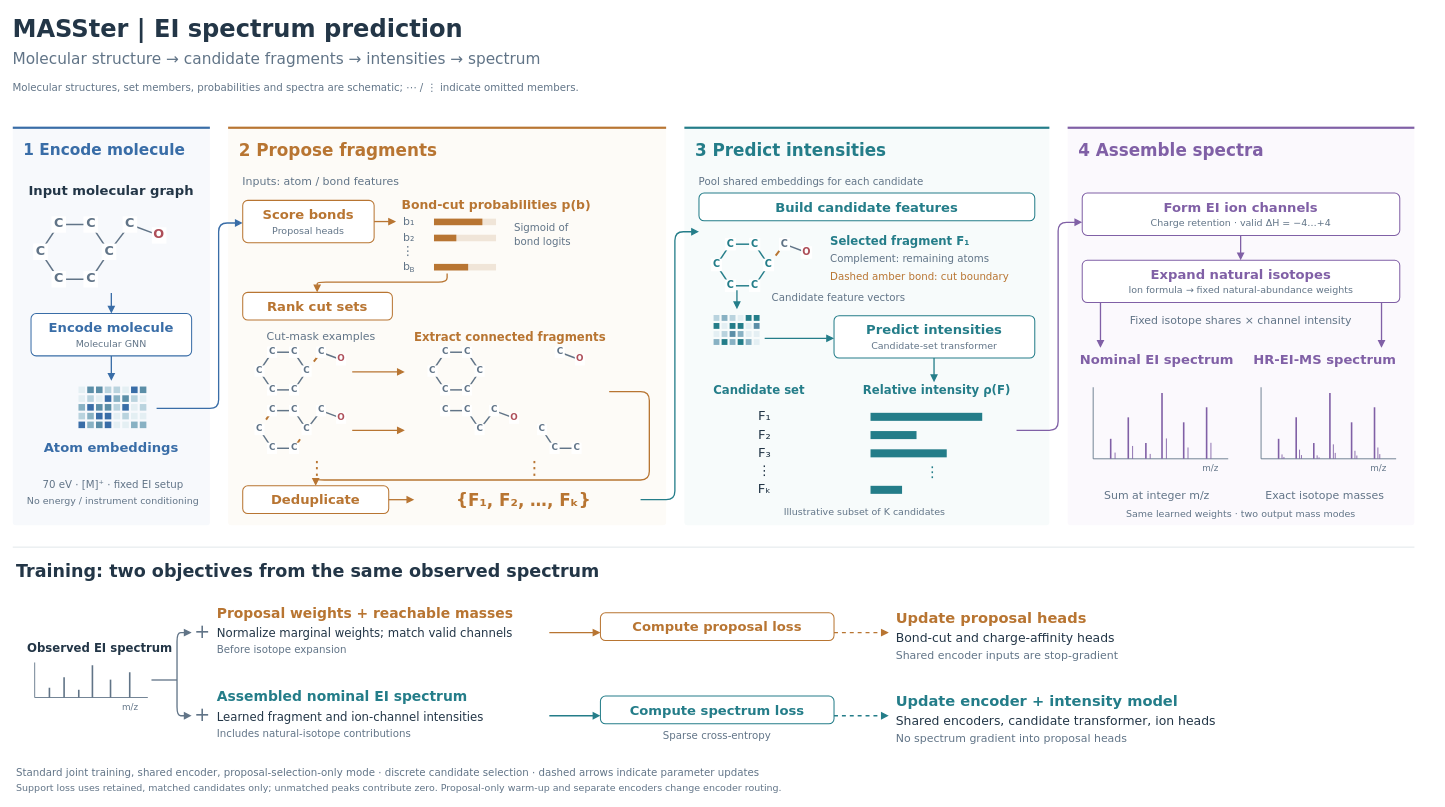
LZhang98/fragnnet keeps this draw.io diagram as page "EI-MASSter architecture" (3 of 6) of docs/figures/masster_figures.drawio. Above is the earlier version. Source tidied: cells renumbered, new cells numbered last; positions are measured from the earlier drawing's top-left corner, leaving out a move shared by most shapes. Both pictures are drawn from the tidied source at 73%, with x=0, y=0 at pixel (12, 12).
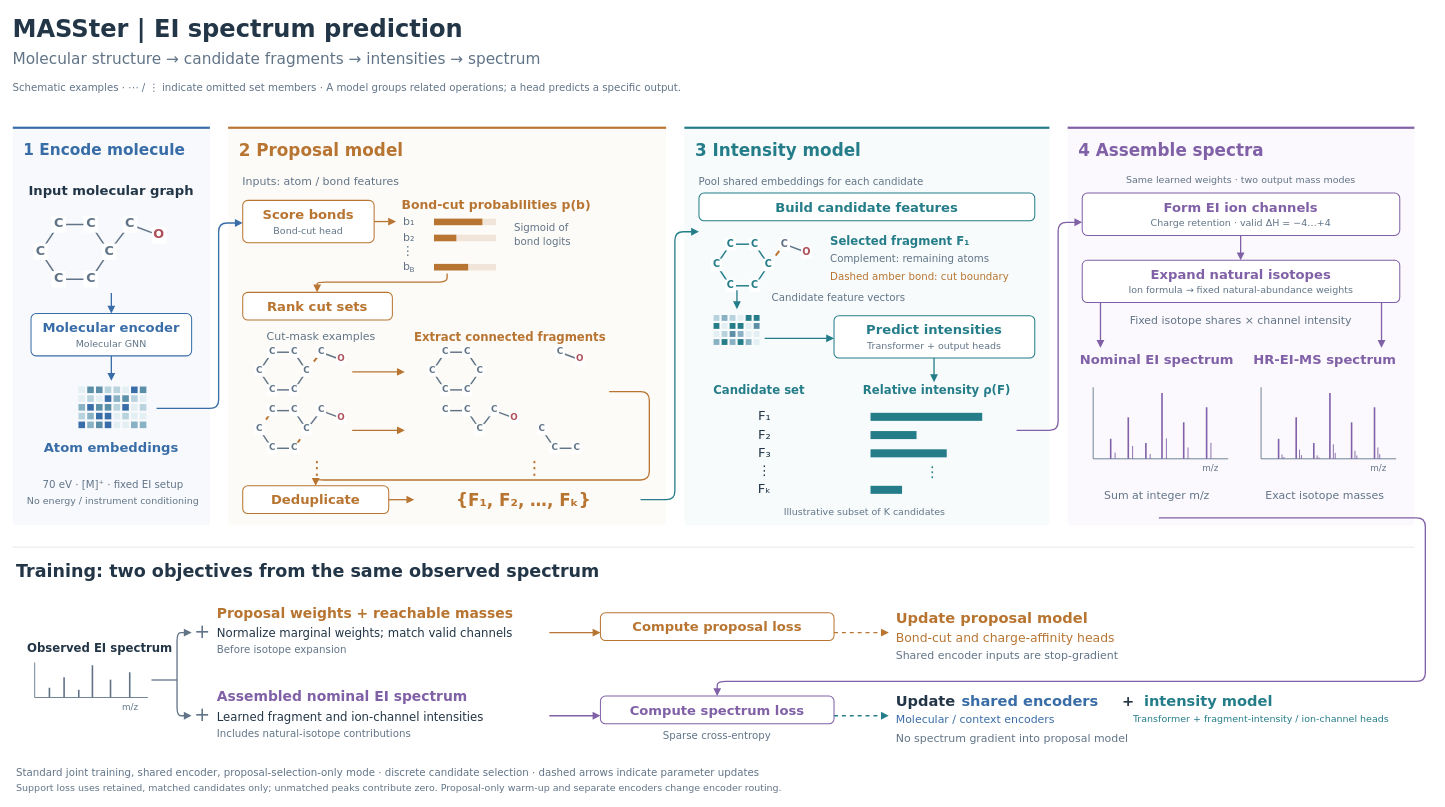
After the change.

Change to the diagram source:
```diff
@@
-    <mxCell id="4" value="Molecular structures, set members, probabilities and spectra are schematic; ⋯ / ⋮ indicate omitted members." style="text;html=0;whiteSpace=wrap;fillColor=none;strokeColor=none;fontFamily=DejaVu Sans;fontSize=14;fontColor=#617487;fontStyle=0;align=left;verticalAlign=middle;spacing=0;" parent="1" vertex="1">
+    <mxCell id="4" value="Schematic examples · ⋯ / ⋮ indicate omitted set members · A model groups related operations; a head predicts a specific output." style="text;html=0;whiteSpace=wrap;fillColor=none;strokeColor=none;fontFamily=DejaVu Sans;fontSize=14;fontColor=#617487;fontStyle=0;align=left;verticalAlign=middle;spacing=0;" parent="1" vertex="1">
       <mxGeometry y="94" width="1900" height="17.5" as="geometry" />
     </mxCell>
@@
-    <mxCell id="10" value="2   Propose fragments" style="text;html=0;whiteSpace=wrap;fillColor=none;strokeColor=none;fontFamily=DejaVu Sans;fontSize=23;fontColor=#B87532;fontStyle=1;align=left;verticalAlign=middle;spacing=0;" parent="1" vertex="1">
+    <mxCell id="10" value="2   Proposal model" style="text;html=0;whiteSpace=wrap;fillColor=none;strokeColor=none;fontFamily=DejaVu Sans;fontSize=23;fontColor=#B87532;fontStyle=1;align=left;verticalAlign=middle;spacing=0;" parent="1" vertex="1">
       <mxGeometry x="310" y="175" width="570" height="28.8" as="geometry" />
     </mxCell>
@@
-    <mxCell id="13" value="3   Predict intensities" style="text;html=0;whiteSpace=wrap;fillColor=none;strokeColor=none;fontFamily=DejaVu Sans;fontSize=23;fontColor=#247D89;fontStyle=1;align=left;verticalAlign=middle;spacing=0;" parent="1" vertex="1">
+    <mxCell id="13" value="3   Intensity model" style="text;html=0;whiteSpace=wrap;fillColor=none;strokeColor=none;fontFamily=DejaVu Sans;fontSize=23;fontColor=#247D89;fontStyle=1;align=left;verticalAlign=middle;spacing=0;" parent="1" vertex="1">
       <mxGeometry x="935" y="175" width="470" height="28.8" as="geometry" />
     </mxCell>
@@
-    <mxCell id="45" value="Encode molecule" style="text;html=0;whiteSpace=wrap;fillColor=none;strokeColor=none;fontFamily=DejaVu Sans;fontSize=18;fontColor=#396DA7;fontStyle=1;align=center;verticalAlign=middle;spacing=0;" parent="1" vertex="1">
+    <mxCell id="45" value="Molecular encoder" style="text;html=0;whiteSpace=wrap;fillColor=none;strokeColor=none;fontFamily=DejaVu Sans;fontSize=18;fontColor=#396DA7;fontStyle=1;align=center;verticalAlign=middle;spacing=0;" parent="1" vertex="1">
       <mxGeometry x="32" y="420" width="206" height="22.5" as="geometry" />
     </mxCell>
@@
-    <mxCell id="94" value="Proposal heads" style="text;html=0;whiteSpace=wrap;fillColor=none;strokeColor=none;fontFamily=DejaVu Sans;fontSize=13;fontColor=#617487;fontStyle=0;align=center;verticalAlign=middle;spacing=0;" parent="1" vertex="1">
+    <mxCell id="94" value="Bond-cut head" style="text;html=0;whiteSpace=wrap;fillColor=none;strokeColor=none;fontFamily=DejaVu Sans;fontSize=13;fontColor=#617487;fontStyle=0;align=center;verticalAlign=middle;spacing=0;" parent="1" vertex="1">
       <mxGeometry x="321" y="290" width="168" height="16.2" as="geometry" />
     </mxCell>
@@
-    <mxCell id="277" value="Candidate-set transformer" style="text;html=0;whiteSpace=wrap;fillColor=none;strokeColor=none;fontFamily=DejaVu Sans;fontSize=13;fontColor=#617487;fontStyle=0;align=center;verticalAlign=middle;spacing=0;" parent="1" vertex="1">
+    <mxCell id="277" value="Transformer + output heads" style="text;html=0;whiteSpace=wrap;fillColor=none;strokeColor=none;fontFamily=DejaVu Sans;fontSize=13;fontColor=#617487;fontStyle=0;align=center;verticalAlign=middle;spacing=0;" parent="1" vertex="1">
       <mxGeometry x="1131" y="448" width="263" height="16.2" as="geometry" />
     </mxCell>
@@
     <mxCell id="341" value="Same learned weights · two output mass modes" style="text;html=0;whiteSpace=wrap;fillColor=none;strokeColor=none;fontFamily=DejaVu Sans;fontSize=13;fontColor=#617487;fontStyle=0;align=center;verticalAlign=middle;spacing=0;" parent="1" vertex="1">
-      <mxGeometry x="1470" y="678" width="425" height="16.2" as="geometry" />
+      <mxGeometry x="1470" y="220" width="425" height="16.2" as="geometry" />
     </mxCell>
@@
-    <mxCell id="360" style="edgeStyle=none;rounded=1;arcSize=24;html=0;strokeColor=#247D89;strokeWidth=1.8;endArrow=block;endFill=1;endSize=6;dashed=0;" parent="1" edge="1">
+    <mxCell id="360" style="edgeStyle=none;rounded=1;arcSize=24;html=0;strokeColor=#8060A6;strokeWidth=1.8;endArrow=block;endFill=1;endSize=6;dashed=0;" parent="1" edge="1">
       <mxGeometry relative="1" as="geometry">
         <mxPoint x="735" y="963" as="sourcePoint" />
         <mxPoint x="805" y="963" as="targetPoint" />
       </mxGeometry>
     </mxCell>
@@
-    <mxCell id="367" value="Update proposal heads" style="text;html=0;whiteSpace=wrap;fillColor=none;strokeColor=none;fontFamily=DejaVu Sans;fontSize=20;fontColor=#B87532;fontStyle=1;align=left;verticalAlign=middle;spacing=0;" parent="1" vertex="1">
+    <mxCell id="367" value="Update proposal model" style="text;html=0;whiteSpace=wrap;fillColor=none;strokeColor=none;fontFamily=DejaVu Sans;fontSize=20;fontColor=#B87532;fontStyle=1;align=left;verticalAlign=middle;spacing=0;" parent="1" vertex="1">
       <mxGeometry x="1210" y="815" width="650" height="25" as="geometry" />
     </mxCell>
-    <mxCell id="368" value="Bond-cut and charge-affinity heads" style="text;html=0;whiteSpace=wrap;fillColor=none;strokeColor=none;fontFamily=DejaVu Sans;fontSize=17;fontColor=#233647;fontStyle=0;align=left;verticalAlign=middle;spacing=0;" parent="1" vertex="1">
+    <mxCell id="368" value="Bond-cut and charge-affinity heads" style="text;html=0;whiteSpace=wrap;fillColor=none;strokeColor=none;fontFamily=DejaVu Sans;fontSize=17;fontColor=#B87532;fontStyle=0;align=left;verticalAlign=middle;spacing=0;" parent="1" vertex="1">
       <mxGeometry x="1210" y="845" width="650" height="21.2" as="geometry" />
     </mxCell>
@@
-    <mxCell id="370" value="Assembled nominal EI spectrum" style="text;html=0;whiteSpace=wrap;fillColor=none;strokeColor=none;fontFamily=DejaVu Sans;fontSize=19;fontColor=#247D89;fontStyle=1;align=left;verticalAlign=middle;spacing=0;" parent="1" vertex="1">
+    <mxCell id="370" value="Assembled nominal EI spectrum" style="text;html=0;whiteSpace=wrap;fillColor=none;strokeColor=none;fontFamily=DejaVu Sans;fontSize=19;fontColor=#8060A6;fontStyle=1;align=left;verticalAlign=middle;spacing=0;" parent="1" vertex="1">
       <mxGeometry x="280" y="924" width="440" height="23.8" as="geometry" />
     </mxCell>
@@
-    <mxCell id="373" style="html=0;rounded=1;absoluteArcSize=1;arcSize=14;fillColor=#FFFFFF;strokeColor=#247D89;strokeWidth=1.4;" parent="1" vertex="1">
+    <mxCell id="373" style="html=0;rounded=1;absoluteArcSize=1;arcSize=14;fillColor=#FFFFFF;strokeColor=#8060A6;strokeWidth=1.4;" parent="1" vertex="1">
       <mxGeometry x="805" y="936" width="320" height="38" as="geometry" />
     </mxCell>
-    <mxCell id="374" value="Compute spectrum loss" style="text;html=0;whiteSpace=wrap;fillColor=none;strokeColor=none;fontFamily=DejaVu Sans;fontSize=18;fontColor=#247D89;fontStyle=1;align=center;verticalAlign=middle;spacing=0;" parent="1" vertex="1">
+    <mxCell id="374" value="Compute spectrum loss" style="text;html=0;whiteSpace=wrap;fillColor=none;strokeColor=none;fontFamily=DejaVu Sans;fontSize=18;fontColor=#8060A6;fontStyle=1;align=center;verticalAlign=middle;spacing=0;" parent="1" vertex="1">
       <mxGeometry x="812" y="944" width="306" height="22.5" as="geometry" />
     </mxCell>
@@
-    <mxCell id="376" value="Update encoder + intensity model" style="text;html=0;whiteSpace=wrap;fillColor=none;strokeColor=none;fontFamily=DejaVu Sans;fontSize=20;fontColor=#247D89;fontStyle=1;align=left;verticalAlign=middle;spacing=0;" parent="1" vertex="1">
-      <mxGeometry x="1210" y="929" width="650" height="25" as="geometry" />
+    <mxCell id="376" value="Update" style="text;html=0;whiteSpace=wrap;fillColor=none;strokeColor=none;fontFamily=DejaVu Sans;fontSize=20;fontColor=#233647;fontStyle=1;align=left;verticalAlign=middle;spacing=0;" parent="1" vertex="1">
+      <mxGeometry x="1210" y="929" width="90" height="25" as="geometry" />
     </mxCell>
-    <mxCell id="377" value="Shared encoders, candidate transformer, ion heads" style="text;html=0;whiteSpace=wrap;fillColor=none;strokeColor=none;fontFamily=DejaVu Sans;fontSize=17;fontColor=#233647;fontStyle=0;align=left;verticalAlign=middle;spacing=0;" parent="1" vertex="1">
-      <mxGeometry x="1210" y="959" width="650" height="21.2" as="geometry" />
+    <mxCell id="377" value="shared encoders" style="text;html=0;whiteSpace=wrap;fillColor=none;strokeColor=none;fontFamily=DejaVu Sans;fontSize=20;fontColor=#396DA7;fontStyle=1;align=left;verticalAlign=middle;spacing=0;" parent="1" vertex="1">
+      <mxGeometry x="1300" y="929" width="225" height="25" as="geometry" />
     </mxCell>
-    <mxCell id="378" value="No spectrum gradient into proposal heads" style="text;html=0;whiteSpace=wrap;fillColor=none;strokeColor=none;fontFamily=DejaVu Sans;fontSize=15;fontColor=#617487;fontStyle=0;align=left;verticalAlign=middle;spacing=0;" parent="1" vertex="1">
-      <mxGeometry x="1210" y="985" width="650" height="18.8" as="geometry" />
+    <mxCell id="378" value="+" style="text;html=0;whiteSpace=wrap;fillColor=none;strokeColor=none;fontFamily=DejaVu Sans;fontSize=20;fontColor=#233647;fontStyle=1;align=left;verticalAlign=middle;spacing=0;" parent="1" vertex="1">
+      <mxGeometry x="1520" y="929" width="25" height="25" as="geometry" />
     </mxCell>
-    <mxCell id="379" value="Standard joint training, shared encoder, proposal-selection-only mode · discrete candidate selection · dashed arrows indicate parameter updates" style="text;html=0;whiteSpace=wrap;fillColor=none;strokeColor=none;fontFamily=DejaVu Sans;fontSize=14;fontColor=#617487;fontStyle=0;align=left;verticalAlign=middle;spacing=0;" parent="1" vertex="1">
-      <mxGeometry x="5" y="1032" width="1910" height="17.5" as="geometry" />
+    <mxCell id="379" value="intensity model" style="text;html=0;whiteSpace=wrap;fillColor=none;strokeColor=none;fontFamily=DejaVu Sans;fontSize=20;fontColor=#247D89;fontStyle=1;align=left;verticalAlign=middle;spacing=0;" parent="1" vertex="1">
+      <mxGeometry x="1550" y="929" width="340" height="25" as="geometry" />
     </mxCell>
-    <mxCell id="380" value="Support loss uses retained, matched candidates only; unmatched peaks contribute zero. Proposal-only warm-up and separate encoders change encoder routing." style="text;html=0;whiteSpace=wrap;fillColor=none;strokeColor=none;fontFamily=DejaVu Sans;fontSize=13;fontColor=#617487;fontStyle=0;align=left;verticalAlign=middle;spacing=0;" parent="1" vertex="1">
-      <mxGeometry x="5" y="1054" width="1910" height="16.2" as="geometry" />
+    <mxCell id="380" value="Molecular / context encoders" style="text;html=0;whiteSpace=wrap;fillColor=none;strokeColor=none;fontFamily=DejaVu Sans;fontSize=15;fontColor=#396DA7;fontStyle=0;align=left;verticalAlign=middle;spacing=0;" parent="1" vertex="1">
+      <mxGeometry x="1210" y="959" width="315" height="18.8" as="geometry" />
     </mxCell>
+    <mxCell id="381" value="Transformer + fragment-intensity / ion-channel heads" style="text;html=0;whiteSpace=wrap;fillColor=none;strokeColor=none;fontFamily=DejaVu Sans;fontSize=13;fontColor=#247D89;fontStyle=0;align=left;verticalAlign=middle;spacing=0;" parent="1" vertex="1">
+      <mxGeometry x="1535" y="959" width="380" height="16.2" as="geometry" />
+    </mxCell>
+    <mxCell id="382" value="No spectrum gradient into proposal model" style="text;html=0;whiteSpace=wrap;fillColor=none;strokeColor=none;fontFamily=DejaVu Sans;fontSize=15;fontColor=#617487;fontStyle=0;align=left;verticalAlign=middle;spacing=0;" parent="1" vertex="1">
+      <mxGeometry x="1210" y="985" width="650" height="18.8" as="geometry" />
+    </mxCell>
+    <mxCell id="383" value="Standard joint training, shared encoder, proposal-selection-only mode · discrete candidate selection · dashed arrows indicate parameter updates" style="text;html=0;whiteSpace=wrap;fillColor=none;strokeColor=none;fontFamily=DejaVu Sans;fontSize=14;fontColor=#617487;fontStyle=0;align=left;verticalAlign=middle;spacing=0;" parent="1" vertex="1">
+      <mxGeometry x="5" y="1032" width="1910" height="17.5" as="geometry" />
+    </mxCell>
+    <mxCell id="384" value="Support loss uses retained, matched candidates only; unmatched peaks contribute zero. Proposal-only warm-up and separate encoders change encoder routing." style="text;html=0;whiteSpace=wrap;fillColor=none;strokeColor=none;fontFamily=DejaVu Sans;fontSize=13;fontColor=#617487;fontStyle=0;align=left;verticalAlign=middle;spacing=0;" parent="1" vertex="1">
+      <mxGeometry x="5" y="1054" width="1910" height="16.2" as="geometry" />
+    </mxCell>
+    <mxCell id="385" style="edgeStyle=none;rounded=1;arcSize=24;html=0;strokeColor=#8060A6;strokeWidth=1.8;endArrow=block;endFill=1;endSize=6;dashed=0;" parent="1" edge="1">
+      <mxGeometry relative="1" as="geometry">
+        <mxPoint x="1570" y="692" as="sourcePoint" />
+        <mxPoint x="965" y="936" as="targetPoint" />
+        <Array as="points">
+          <mxPoint x="1935" y="692" />
+          <mxPoint x="1935" y="916" />
+          <mxPoint x="965" y="916" />
+        </Array>
+      </mxGeometry>
+    </mxCell>
```
